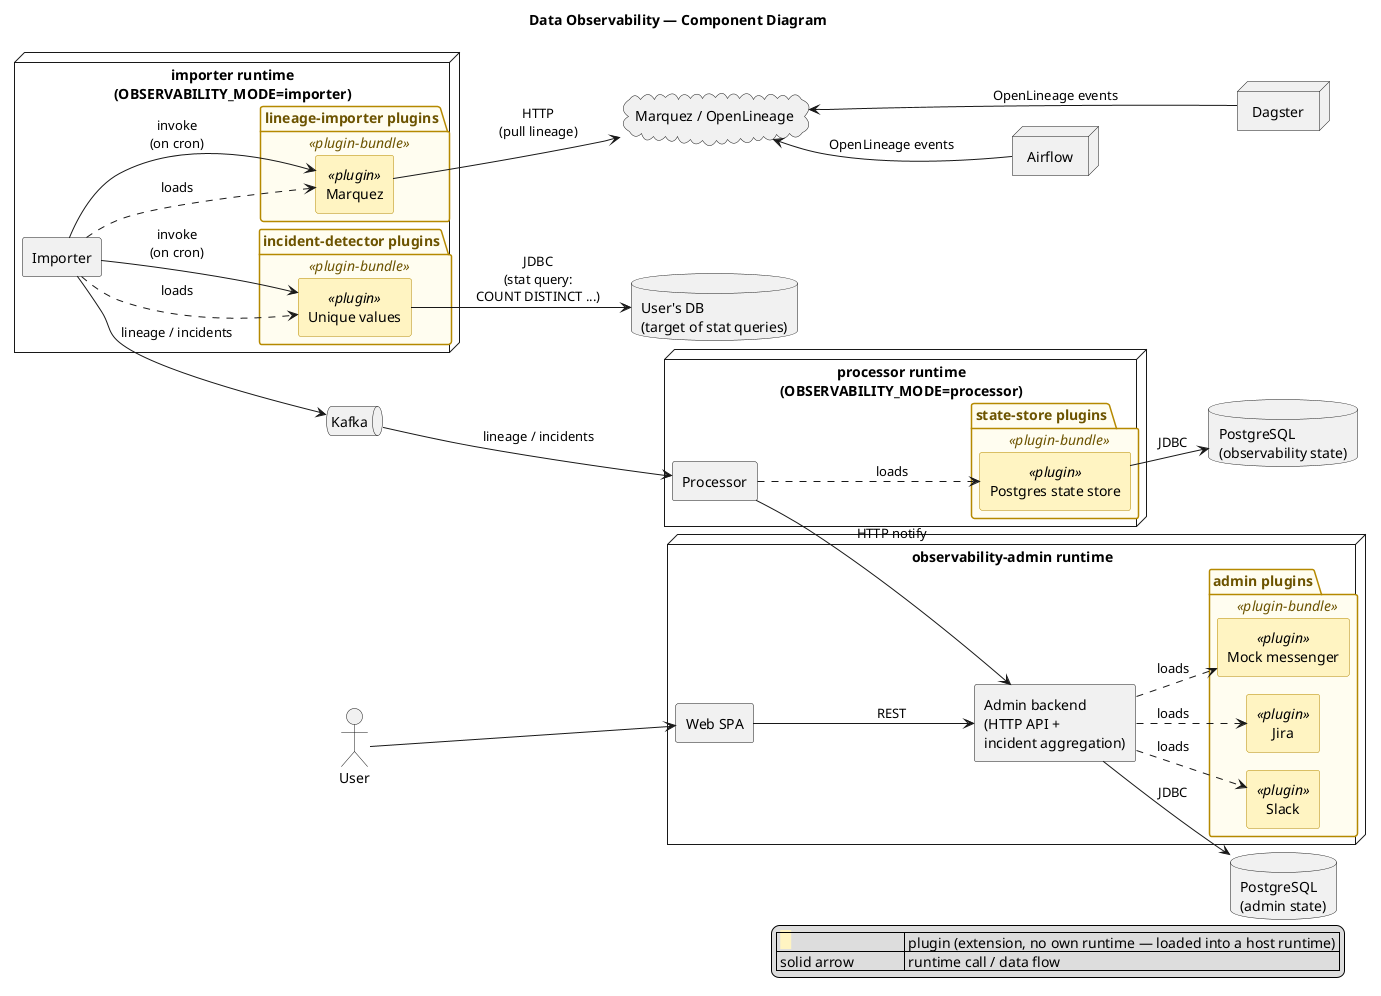
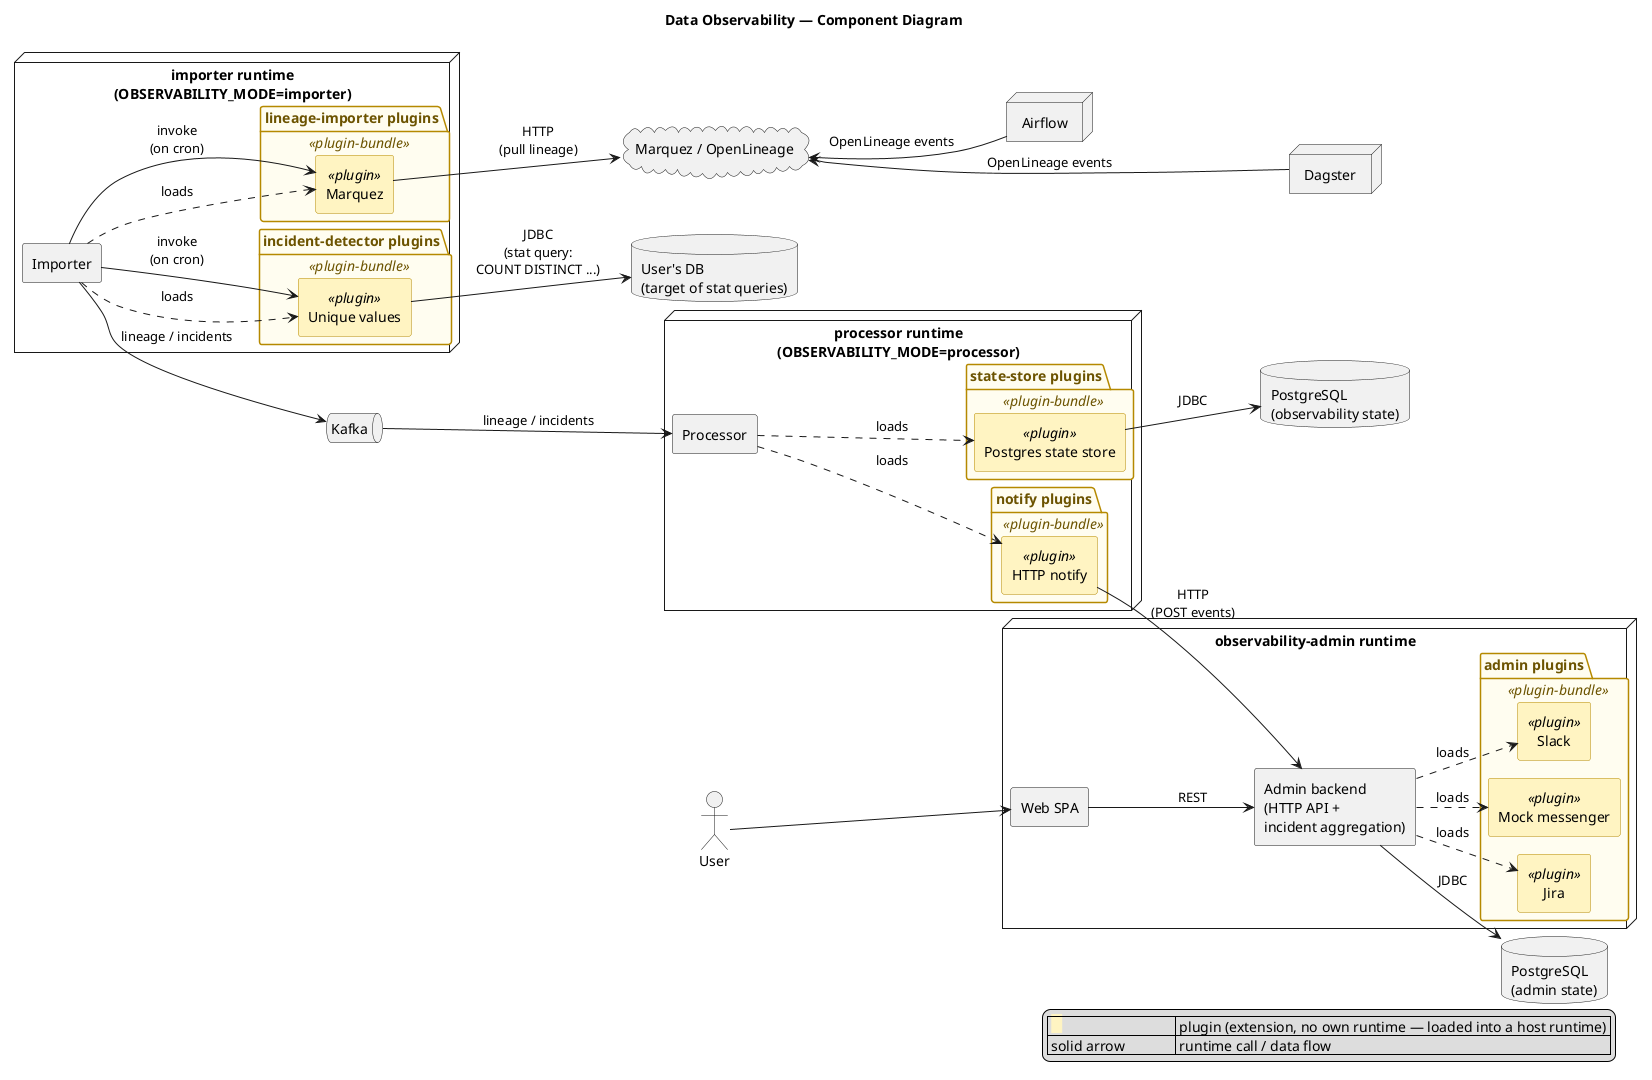
@startuml data-observability-components
' Use the built-in Smetana layout so Graphviz/dot is not required.
' Remove this line if you have `brew install graphviz` and prefer dot's layout.
!pragma layout smetana
title Data Observability — Component Diagram

skinparam componentStyle rectangle
skinparam shadowing false
skinparam wrapWidth 200
skinparam nodesep 60
skinparam ranksep 70

' Lay out the pipeline left-to-right (Marquez → importer → Kafka → processor → admin → user)
left to right direction

' ============================================================
' External systems (declared first so they sit at the edges)
' ============================================================
cloud    "Marquez / OpenLineage"              as marquez
node     "Airflow"                            as airflow
node     "Dagster"                            as dagster
database "User's DB\n(target of stat queries)" as userDb
queue    "Kafka"                              as kafka
database "PostgreSQL\n(observability state)"  as pgState
database "PostgreSQL\n(admin state)"          as pgAdmin
actor    "User"                               as user

' ============================================================
' Runtimes (real OS processes)
' ============================================================

node "importer runtime\n(OBSERVABILITY_MODE=importer)" as importerRuntime {
  package "lineage-importer plugins" <<plugin-bundle>> {
    [Marquez] <<plugin>> as marquezLI
  }
  [Importer] as importer
  package "incident-detector plugins" <<plugin-bundle>> {
    [Unique values] <<plugin>> as uniqueDet
  }
}

node "processor runtime\n(OBSERVABILITY_MODE=processor)" as processorRuntime {
  [Processor] as processor
  package "state-store plugins" <<plugin-bundle>> {
    [Postgres state store] <<plugin>> as pgStorePlugin
  }
+   package "notify plugins" <<plugin-bundle>> {
+     [HTTP notify] <<plugin>> as httpNotifyP
+   }
}

node "observability-admin runtime" as adminRuntime {
  package "admin plugins" <<plugin-bundle>> {
    [Slack]          <<plugin>> as slackP
    [Jira]           <<plugin>> as jiraP
    [Mock messenger] <<plugin>> as mockP
  }
  [Admin backend\n(HTTP API +\nincident aggregation)] as admin
  [Web SPA] as webSpa
}


' ============================================================
' Layout hints (hidden arrows pin the left-to-right pipeline)
' ============================================================
marquez          -[hidden]right- importerRuntime
importerRuntime  -[hidden]right- kafka
kafka            -[hidden]right- processorRuntime
processorRuntime -[hidden]right- adminRuntime
adminRuntime     -[hidden]right- user

' Place the two databases under their respective runtimes
processorRuntime -[hidden]down- pgState
adminRuntime     -[hidden]down- pgAdmin

' Orchestrators sit to the right of Marquez and stack vertically
marquez         -[hidden]right- airflow
airflow         -[hidden]down-  dagster
' User's DB stacks under the importer runtime
importerRuntime -[hidden]down-  userDb

' ============================================================
' Plugin "loaded into host runtime" relationships
' ============================================================
importer  ..> marquezLI     : loads
importer  ..> uniqueDet     : loads
processor ..> pgStorePlugin : loads
+ processor ..> httpNotifyP   : loads
admin     ..> slackP        : loads
admin     ..> jiraP         : loads
admin     ..> mockP         : loads

' ============================================================
' Runtime interactions
' ============================================================
' Upstream orchestrators publish OpenLineage events to Marquez
airflow   --> marquez   : OpenLineage events
dagster   --> marquez   : OpenLineage events

' The importer wakes up on a schedule (cron) and pulls / queries each cycle
importer  --> marquezLI : invoke\n(on cron)
importer  --> uniqueDet : invoke\n(on cron)

marquezLI --> marquez   : HTTP\n(pull lineage)
uniqueDet --> userDb    : JDBC\n(stat query:\nCOUNT DISTINCT ...)

importer  --> kafka     : lineage / incidents
kafka     --> processor : lineage / incidents

pgStorePlugin --> pgState : JDBC
- processor --> admin     : HTTP notify
+ httpNotifyP   --> admin   : HTTP\n(POST events)

admin     --> pgAdmin   : JDBC
user      --> webSpa
webSpa    --> admin     : REST

' ============================================================
' Plugin styling
' ============================================================
skinparam component {
  BackgroundColor<<plugin>> #FFF4C2
  BorderColor<<plugin>>     #B58900
}
skinparam package {
  BackgroundColor<<plugin-bundle>> #FFFDF0
  BorderColor<<plugin-bundle>>     #B58900
  FontColor<<plugin-bundle>>       #6c5300
}

legend right
  | <back:#FFF4C2>   </back> | plugin (extension, no own runtime — loaded into a host runtime) |
  | solid arrow              | runtime call / data flow |
endlegend

@enduml
